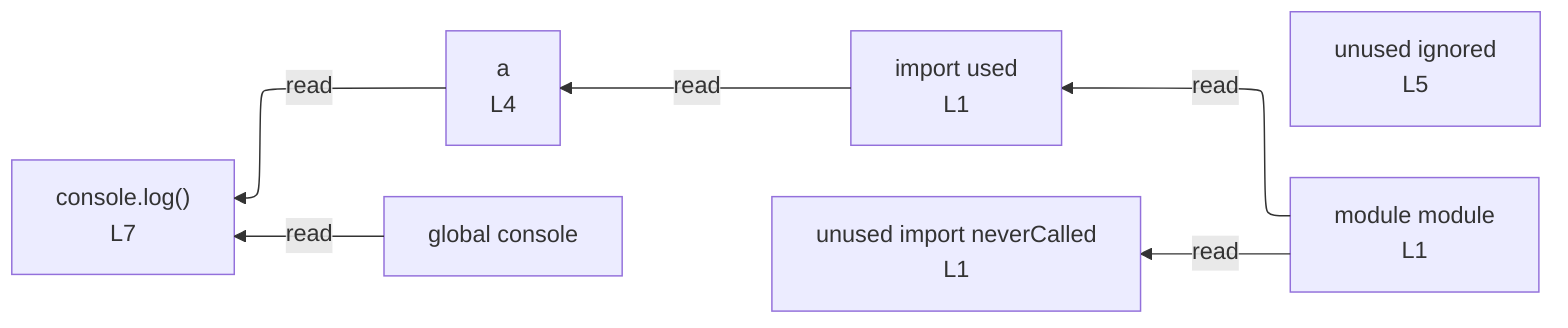
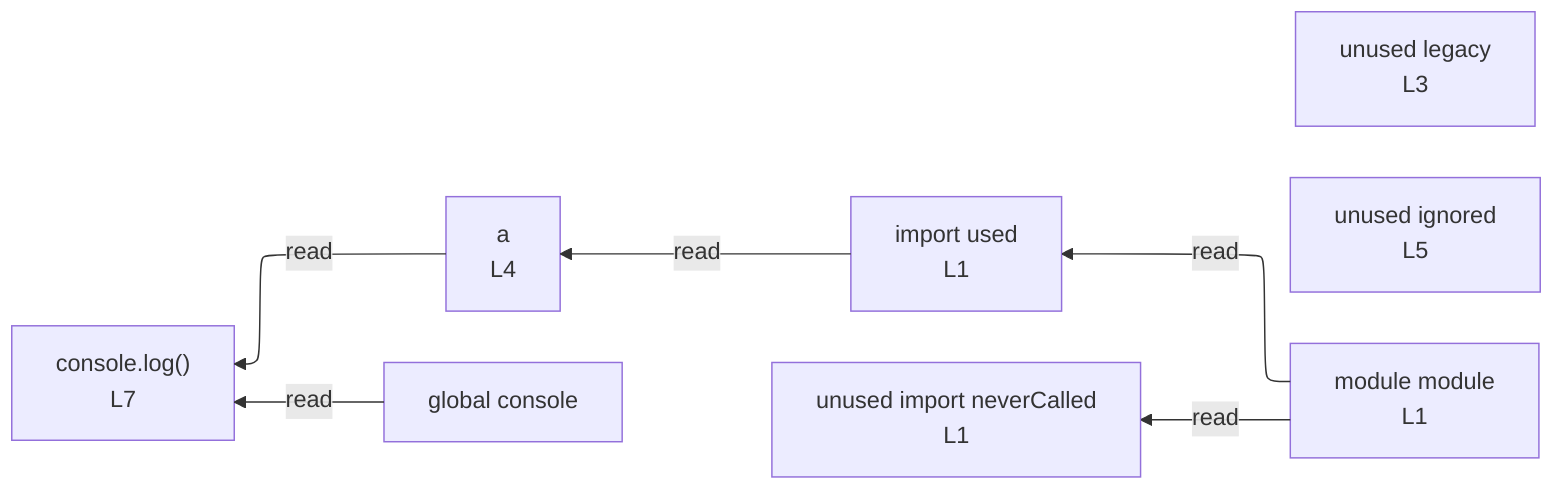
%%{init: {"flowchart": {"defaultRenderer": "elk"}}}%%
flowchart RL
  n_scope_0_used_9["import used<br/>L1"]
  n_scope_0_neverCalled_15["unused import neverCalled<br/>L1"]
+   n_scope_0_legacy_49["unused legacy<br/>L3"]
  n_scope_0_a_67["a<br/>L4"]
  n_scope_0_ignored_83["unused ignored<br/>L5"]
  n_scope_0_console_98["global console"]
  n_scope_0_used_9 -->|read| n_scope_0_a_67
  n_scope_0_console_98 -->|read| expr_stmt_98
  n_scope_0_a_67 -->|read| expr_stmt_98
  expr_stmt_98["console.log()<br/>L7"]
  mod_module["module module<br/>L1"]
  mod_module -->|read| n_scope_0_used_9
  mod_module -->|read| n_scope_0_neverCalled_15
